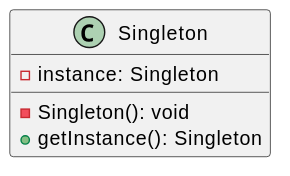
Before: out/patterns/singleton/singleton.svg, a diagram exported from PlantUML (KubEF/architecture-learn-materials).
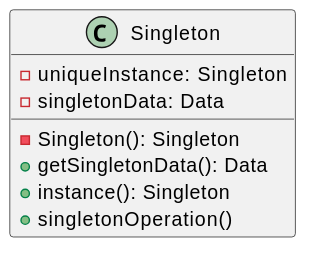
The same diagram one commit later.

The edit, as a diff of the source:
```diff
@@ -1,7 +1,12 @@
 @startuml
+hide empty members
+
 class Singleton {
-    -instance: Singleton
-    -Singleton(): void
-    +getInstance(): Singleton
+    -uniqueInstance: Singleton
+    -singletonData: Data
+    -Singleton(): Singleton
+    +getSingletonData(): Data
+    +instance(): Singleton
+    +singletonOperation()
 }
 @enduml
```
